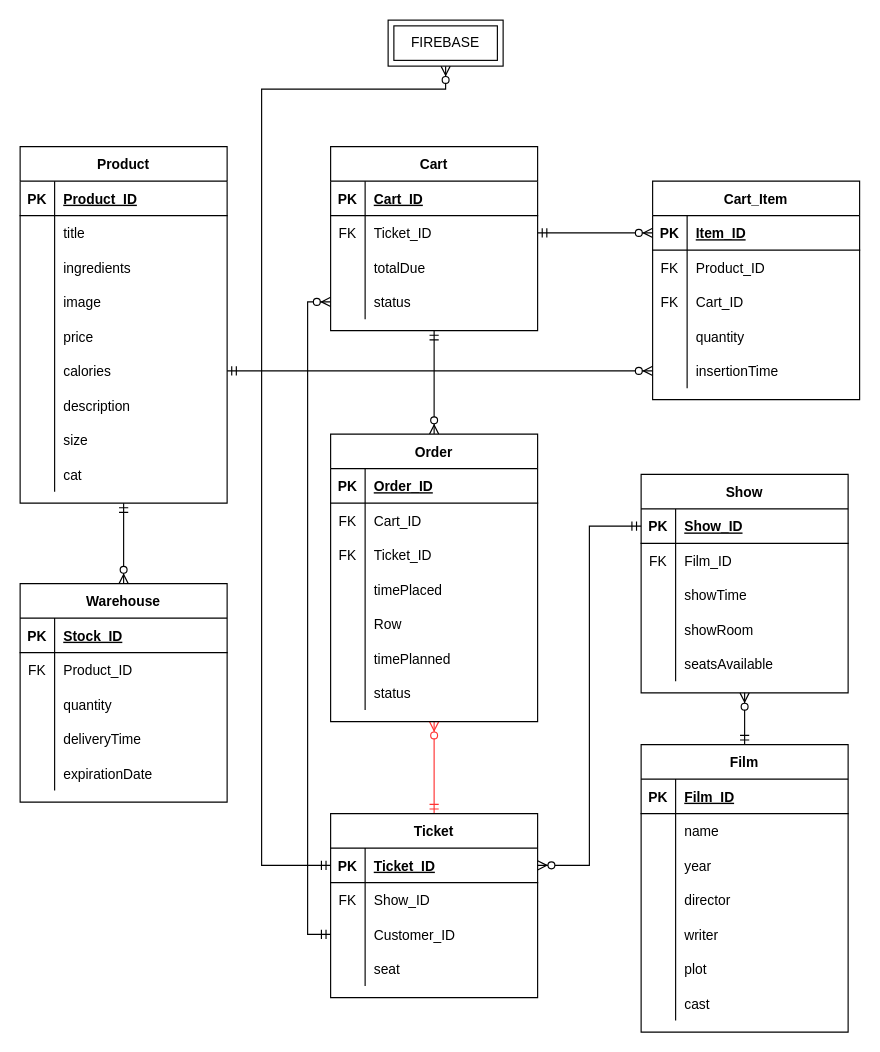
This is ER-diagram.drawio from ale-delfo/cinema-backend, a draw.io file, before an edit. Source tidied: cells renumbered, new cells numbered last; positions are measured from the earlier drawing's top-left corner, leaving out a move shared by most shapes. Both pictures are drawn from the tidied source at 115%, with x=0, y=0 at pixel (20, 20).
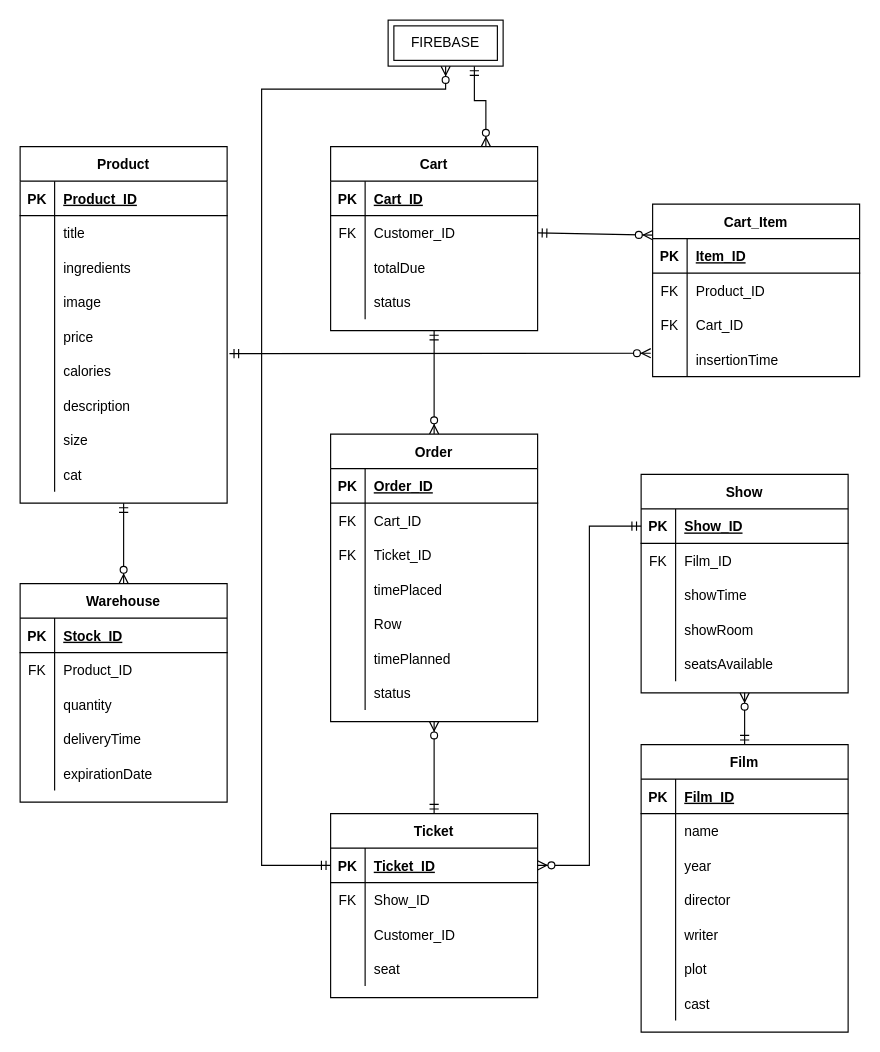
After the change.

Unchanged cells that the change refers to:
```xml
<mxCell id="18" style="shape=partialRectangle;fillColor=none;top=0;left=0;bottom=0;right=0;points=[[0,0.5],[1,0.5]];portConstraint=eastwest;" parent="2" vertex="1">
  <mxGeometry y="180" width="180" height="30" as="geometry" />
</mxCell>
<mxCell id="31" value="FIREBASE" style="shape=ext;margin=3;double=1;whiteSpace=wrap;html=1;align=center;" parent="1" vertex="1">
  <mxGeometry x="320" width="100" height="40" as="geometry" />
</mxCell>
<mxCell id="49" style="shape=partialRectangle;fillColor=none;top=0;left=0;bottom=1;right=0;points=[[0,0.5],[1,0.5]];portConstraint=eastwest;" parent="48" vertex="1">
  <mxGeometry y="30" width="180" height="30" as="geometry" />
</mxCell>
<mxCell id="65" value="Cart" style="shape=table;startSize=30;childLayout=tableLayout;rowLines=0;fontStyle=1;align=center;" parent="1" vertex="1">
  <mxGeometry x="270" y="110" width="180" height="160" as="geometry" />
</mxCell>
<mxCell id="69" style="shape=partialRectangle;fillColor=none;top=0;left=0;bottom=0;right=0;points=[[0,0.5],[1,0.5]];portConstraint=eastwest;" parent="65" vertex="1">
  <mxGeometry y="60" width="180" height="30" as="geometry" />
</mxCell>
<mxCell id="75" style="shape=partialRectangle;fillColor=none;top=0;left=0;bottom=0;right=0;points=[[0,0.5],[1,0.5]];portConstraint=eastwest;" parent="65" vertex="1">
  <mxGeometry y="120" width="180" height="30" as="geometry" />
</mxCell>
<mxCell id="81" value="Order" style="shape=table;startSize=30;childLayout=tableLayout;rowLines=0;fontStyle=1;align=center;" parent="1" vertex="1">
  <mxGeometry x="270" y="360" width="180" height="250" as="geometry" />
</mxCell>
<mxCell id="143" value="Ticket" style="shape=table;startSize=30;childLayout=tableLayout;rowLines=0;fontStyle=1;align=center;" parent="1" vertex="1">
  <mxGeometry x="270" y="690" width="180" height="160" as="geometry" />
</mxCell>
<mxCell id="150" style="shape=partialRectangle;fillColor=none;top=0;left=0;bottom=0;right=0;points=[[0,0.5],[1,0.5]];portConstraint=eastwest;" parent="143" vertex="1">
  <mxGeometry y="90" width="180" height="30" as="geometry" />
</mxCell>
```

Diff of the diagram source:
```diff
@@
+    <mxCell id="158" style="edgeStyle=orthogonalEdgeStyle;rounded=0;jettySize=auto;html=1;exitX=0.75;exitY=1;exitDx=0;exitDy=0;entryX=0.75;entryY=0;entryDx=0;entryDy=0;strokeColor=#000000;startArrow=ERmandOne;startFill=0;endArrow=ERzeroToMany;endFill=1;" parent="1" edge="1" source="31" target="65">
+      <mxGeometry relative="1" as="geometry">
+        <Array as="points">
+          <mxPoint x="395" y="70" />
+          <mxPoint x="405" y="70" />
+        </Array>
+      </mxGeometry>
+    </mxCell>
@@
     <mxCell id="48" value="Cart_Item" style="shape=table;startSize=30;childLayout=tableLayout;rowLines=0;fontStyle=1;align=center;" parent="1" vertex="1">
-      <mxGeometry x="550" y="140" width="180" height="190" as="geometry" />
+      <mxGeometry x="550" y="160" width="180" height="150" as="geometry" />
     </mxCell>
@@
-    <mxCell id="58" style="shape=partialRectangle;fillColor=none;top=0;left=0;bottom=0;right=0;" parent="48" vertex="1">
-      <mxGeometry y="120" width="180" height="30" as="geometry" />
-    </mxCell>
-    <mxCell id="59" style="shape=partialRectangle;fillColor=none;top=0;left=0;bottom=0;right=0;overflow=hidden;" parent="58" vertex="1">
-      <mxGeometry width="30" height="30" as="geometry" />
-    </mxCell>
-    <mxCell id="60" value="quantity" style="shape=partialRectangle;fillColor=none;top=0;left=0;bottom=0;right=0;align=left;spacingLeft=6;overflow=hidden;" parent="58" vertex="1">
-      <mxGeometry x="30" width="150" height="30" as="geometry" />
-    </mxCell>
     <mxCell id="61" style="shape=partialRectangle;fillColor=none;top=0;left=0;bottom=0;right=0;points=[[0,0.5],[1,0.5]];portConstraint=eastwest;" parent="48" vertex="1">
-      <mxGeometry y="150" width="180" height="30" as="geometry" />
+      <mxGeometry y="120" width="180" height="30" as="geometry" />
     </mxCell>
@@
-    <mxCell id="71" value="Ticket_ID" style="shape=partialRectangle;fillColor=none;top=0;left=0;bottom=0;right=0;align=left;spacingLeft=6;overflow=hidden;" parent="69" vertex="1">
+    <mxCell id="71" value="Customer_ID" style="shape=partialRectangle;fillColor=none;top=0;left=0;bottom=0;right=0;align=left;spacingLeft=6;overflow=hidden;" parent="69" vertex="1">
       <mxGeometry x="30" width="150" height="30" as="geometry" />
     </mxCell>
@@
-    <mxCell id="78" style="edgeStyle=none;rounded=0;jettySize=auto;html=1;exitX=1;exitY=0.5;exitDx=0;exitDy=0;entryX=0;entryY=0.5;entryDx=0;entryDy=0;startArrow=ERmandOne;startFill=0;endArrow=ERzeroToMany;endFill=1;" parent="1" edge="1" source="69" target="49">
+    <mxCell id="78" style="edgeStyle=none;rounded=0;jettySize=auto;html=1;exitX=1;exitY=0.5;exitDx=0;exitDy=0;entryX=0;entryY=0.18;entryDx=0;entryDy=0;startArrow=ERmandOne;startFill=0;endArrow=ERzeroToMany;endFill=1;entryPerimeter=0;" parent="1" edge="1" source="69" target="48">
       <mxGeometry relative="1" as="geometry" />
     </mxCell>
@@
-    <mxCell id="80" style="edgeStyle=orthogonalEdgeStyle;curved=1;rounded=0;jettySize=auto;html=1;exitX=0.5;exitY=1;exitDx=0;exitDy=0;entryX=0.5;entryY=0;entryDx=0;entryDy=0;startArrow=ERzeroToMany;startFill=1;endArrow=ERmandOne;endFill=0;fontColor=#FF3333;labelBorderColor=#FF3333;fillColor=#f8cecc;strokeColor=#FF3333;" parent="1" edge="1" source="81" target="143">
+    <mxCell id="80" style="edgeStyle=orthogonalEdgeStyle;curved=1;rounded=0;jettySize=auto;html=1;exitX=0.5;exitY=1;exitDx=0;exitDy=0;entryX=0.5;entryY=0;entryDx=0;entryDy=0;startArrow=ERzeroToMany;startFill=1;endArrow=ERmandOne;endFill=0;fontColor=#FF3333;labelBorderColor=#FF3333;fillColor=#f8cecc;" parent="1" edge="1" source="81" target="143">
       <mxGeometry relative="1" as="geometry" />
     </mxCell>
@@
-    <mxCell id="103" style="edgeStyle=none;rounded=0;jettySize=auto;html=1;exitX=0;exitY=0.5;exitDx=0;exitDy=0;entryX=1;entryY=0.5;entryDx=0;entryDy=0;startArrow=ERzeroToMany;startFill=1;endArrow=ERmandOne;endFill=0;" parent="1" edge="1" source="61" target="18">
-      <mxGeometry relative="1" as="geometry" />
-    </mxCell>
@@
-    <mxCell id="157" style="edgeStyle=orthogonalEdgeStyle;rounded=0;jettySize=auto;html=1;exitX=0;exitY=0.5;exitDx=0;exitDy=0;startArrow=ERzeroToMany;startFill=1;endArrow=ERmandOne;endFill=0;entryX=0;entryY=0.5;entryDx=0;entryDy=0;" parent="1" edge="1" source="75" target="150">
-      <mxGeometry relative="1" as="geometry" />
-    </mxCell>
+    <mxCell id="159" style="endArrow=ERzeroToMany;html=1;strokeColor=#000000;entryX=-0.009;entryY=0.322;entryDx=0;entryDy=0;entryPerimeter=0;startArrow=ERmandOne;startFill=0;endFill=1;" parent="1" edge="1" target="61">
+      <mxGeometry relative="1" as="geometry">
+        <mxPoint x="182" y="290" as="sourcePoint" />
+      </mxGeometry>
+    </mxCell>
```
